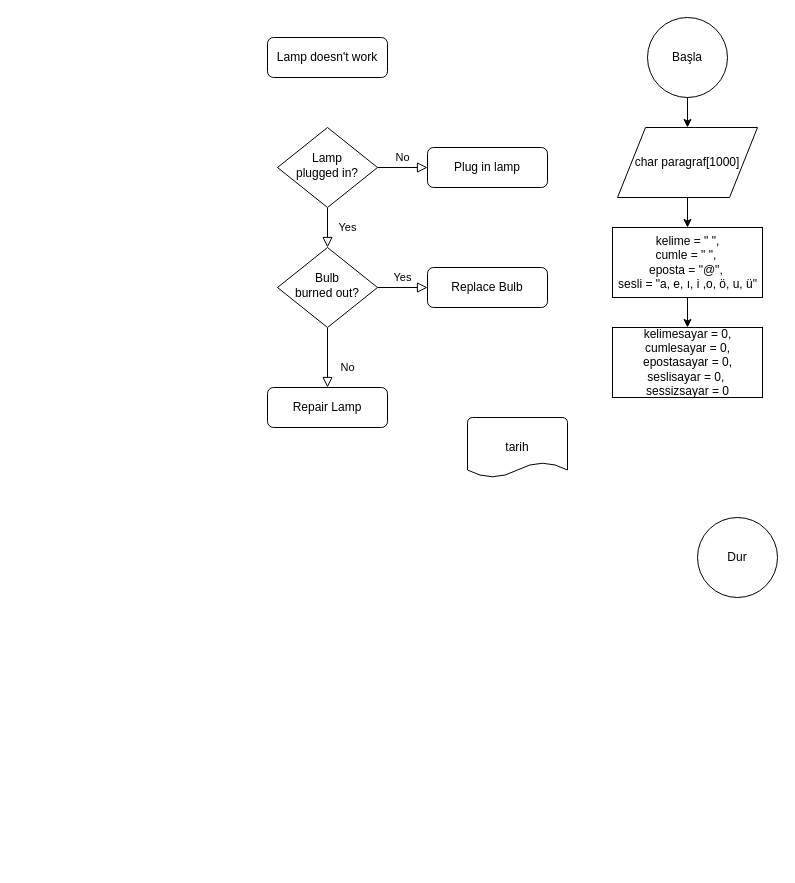
The draw.io diagram 15-12-2022_3.soru.drawio in smhcbr/flowcharts, before the edit. Source tidied: cells renumbered, new cells numbered last; positions are measured from the earlier drawing's top-left corner, leaving out a move shared by most shapes. Both pictures are drawn from the tidied source at 100%, with x=0, y=0 at pixel (267, 17).
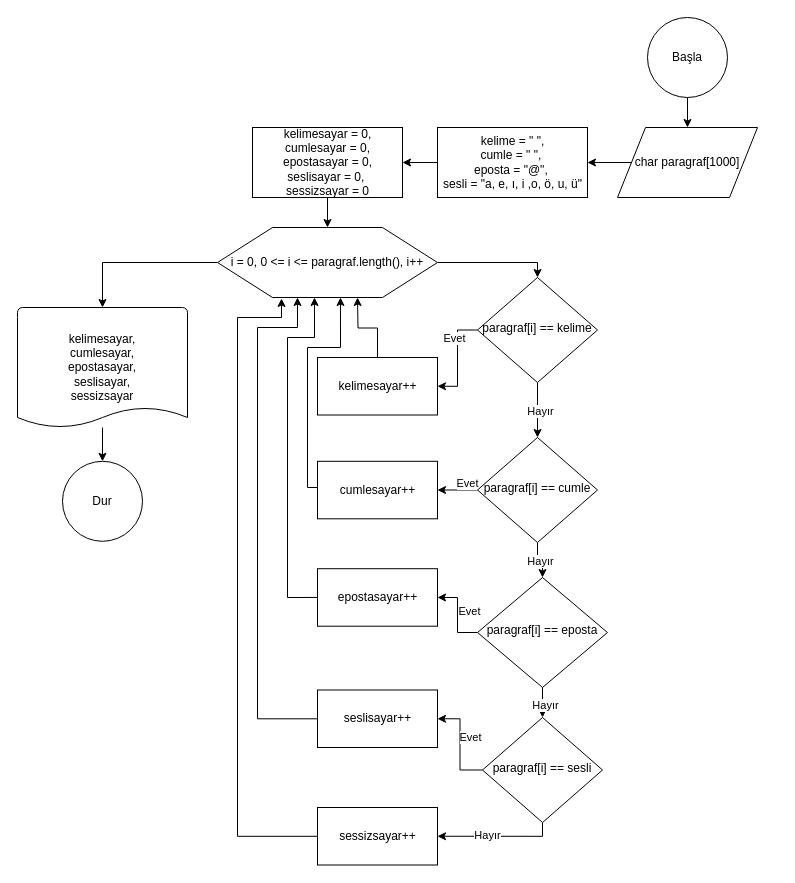
After the change.

Unchanged cells that the change refers to:
```xml
<mxCell id="17" value="char paragraf[1000]" style="shape=parallelogram;perimeter=parallelogramPerimeter;whiteSpace=wrap;html=1;dashed=0;strokeWidth=1;" parent="1" vertex="1">
  <mxGeometry x="350" y="110" width="140" height="70" as="geometry" />
</mxCell>
```

What changed in the source:
```diff
@@
-    <mxCell id="2" value="Lamp doesn't work" style="rounded=1;whiteSpace=wrap;html=1;fontSize=12;glass=0;strokeWidth=1;shadow=0;" parent="1" vertex="1">
-      <mxGeometry y="20" width="120" height="40" as="geometry" />
-    </mxCell>
-    <mxCell id="3" value="Yes" style="rounded=0;html=1;jettySize=auto;fontSize=11;endArrow=block;endFill=0;endSize=8;strokeWidth=1;shadow=0;labelBackgroundColor=none;edgeStyle=orthogonalEdgeStyle;" parent="1" edge="1" source="5" target="9">
-      <mxGeometry y="20" relative="1" as="geometry" />
-    </mxCell>
-    <mxCell id="4" value="No" style="edgeStyle=orthogonalEdgeStyle;rounded=0;html=1;jettySize=auto;fontSize=11;endArrow=block;endFill=0;endSize=8;strokeWidth=1;shadow=0;labelBackgroundColor=none;" parent="1" edge="1" source="5" target="6">
-      <mxGeometry y="10" relative="1" as="geometry" />
-    </mxCell>
+    <mxCell id="21" style="edgeStyle=orthogonalEdgeStyle;rounded=0;jettySize=auto;html=1;exitX=0;exitY=0.5;exitDx=0;exitDy=0;entryX=1;entryY=0.5;entryDx=0;entryDy=0;" parent="1" edge="1" source="5" target="34">
+      <mxGeometry relative="1" as="geometry" />
+    </mxCell>
+    <mxCell id="22" value="Evet" style="edgeLabel;html=1;align=center;verticalAlign=middle;" parent="21" vertex="1">
+      <mxGeometry x="-0.66" relative="1" as="geometry">
+        <mxPoint x="-8" y="8" as="offset" />
+      </mxGeometry>
+    </mxCell>
+    <mxCell id="23" value="Hayır" style="edgeStyle=orthogonalEdgeStyle;rounded=0;jettySize=auto;html=1;exitX=0.5;exitY=1;exitDx=0;exitDy=0;entryX=0.5;entryY=0;entryDx=0;entryDy=0;" parent="1" edge="1" source="5" target="32">
+      <mxGeometry y="3" relative="1" as="geometry">
+        <mxPoint y="1" as="offset" />
+      </mxGeometry>
+    </mxCell>
-    <mxCell id="5" value="Lamp&lt;br&gt;plugged in?" style="rhombus;whiteSpace=wrap;html=1;shadow=0;fontFamily=Helvetica;fontSize=12;align=center;strokeWidth=1;spacing=6;spacingTop=-4;" parent="1" vertex="1">
-      <mxGeometry x="10" y="110" width="100" height="80" as="geometry" />
+    <mxCell id="5" value="paragraf[i] == kelime" style="rhombus;whiteSpace=wrap;html=1;shadow=0;fontFamily=Helvetica;fontSize=12;align=center;strokeWidth=1;spacing=6;spacingTop=-4;" parent="1" vertex="1">
+      <mxGeometry x="210" y="260" width="120" height="105" as="geometry" />
     </mxCell>
-    <mxCell id="6" value="Plug in lamp" style="rounded=1;whiteSpace=wrap;html=1;fontSize=12;glass=0;strokeWidth=1;shadow=0;" parent="1" vertex="1">
-      <mxGeometry x="160" y="130" width="120" height="40" as="geometry" />
-    </mxCell>
-    <mxCell id="7" value="No" style="rounded=0;html=1;jettySize=auto;fontSize=11;endArrow=block;endFill=0;endSize=8;strokeWidth=1;shadow=0;labelBackgroundColor=none;edgeStyle=orthogonalEdgeStyle;" parent="1" edge="1" source="9" target="10">
-      <mxGeometry x="0.33" y="20" relative="1" as="geometry" />
-    </mxCell>
-    <mxCell id="8" value="Yes" style="edgeStyle=orthogonalEdgeStyle;rounded=0;html=1;jettySize=auto;fontSize=11;endArrow=block;endFill=0;endSize=8;strokeWidth=1;shadow=0;labelBackgroundColor=none;" parent="1" edge="1" source="9" target="11">
-      <mxGeometry y="10" relative="1" as="geometry" />
-    </mxCell>
-    <mxCell id="9" value="Bulb&lt;br&gt;burned out?" style="rhombus;whiteSpace=wrap;html=1;shadow=0;fontFamily=Helvetica;fontSize=12;align=center;strokeWidth=1;spacing=6;spacingTop=-4;" parent="1" vertex="1">
-      <mxGeometry x="10" y="230" width="100" height="80" as="geometry" />
-    </mxCell>
-    <mxCell id="10" value="Repair Lamp" style="rounded=1;whiteSpace=wrap;html=1;fontSize=12;glass=0;strokeWidth=1;shadow=0;" parent="1" vertex="1">
-      <mxGeometry y="370" width="120" height="40" as="geometry" />
-    </mxCell>
-    <mxCell id="11" value="Replace Bulb" style="rounded=1;whiteSpace=wrap;html=1;fontSize=12;glass=0;strokeWidth=1;shadow=0;" parent="1" vertex="1">
-      <mxGeometry x="160" y="250" width="120" height="40" as="geometry" />
-    </mxCell>
@@
     <mxCell id="14" value="Dur" style="strokeWidth=1;html=1;shape=mxgraph.flowchart.start_2;whiteSpace=wrap;strokeColor=default;" parent="1" vertex="1">
-      <mxGeometry x="430" y="500" width="80" height="80" as="geometry" />
+      <mxGeometry x="-205" y="443.8" width="80" height="80" as="geometry" />
     </mxCell>
+    <mxCell id="24" style="edgeStyle=orthogonalEdgeStyle;rounded=0;jettySize=auto;html=1;entryX=0.5;entryY=0;entryDx=0;entryDy=0;entryPerimeter=0;" parent="1" edge="1" source="15" target="14">
+      <mxGeometry relative="1" as="geometry" />
+    </mxCell>
-    <mxCell id="15" value="tarih" style="strokeWidth=1;html=1;shape=mxgraph.flowchart.document2;whiteSpace=wrap;size=0.25;" parent="1" vertex="1">
-      <mxGeometry x="200" y="400" width="100" height="60" as="geometry" />
+    <mxCell id="15" value="kelimesayar, &lt;br&gt;cumlesayar, &lt;br&gt;epostasayar,&lt;br&gt;&amp;nbsp;seslisayar,&amp;nbsp;&lt;br&gt;sessizsayar" style="strokeWidth=1;html=1;shape=mxgraph.flowchart.document2;whiteSpace=wrap;size=0.16666666666666666;" parent="1" vertex="1">
+      <mxGeometry x="-250" y="290" width="170" height="120" as="geometry" />
     </mxCell>
-    <mxCell id="16" style="edgeStyle=orthogonalEdgeStyle;rounded=0;jettySize=auto;html=1;entryX=0.5;entryY=0;entryDx=0;entryDy=0;" parent="1" edge="1" source="17" target="19">
+    <mxCell id="16" style="edgeStyle=orthogonalEdgeStyle;rounded=0;jettySize=auto;html=1;entryX=1;entryY=0.5;entryDx=0;entryDy=0;" parent="1" edge="1" source="17" target="19">
       <mxGeometry relative="1" as="geometry" />
     </mxCell>
@@
     <mxCell id="19" value="kelime = &quot; &quot;, &lt;br&gt;cumle = &quot; &quot;,&amp;nbsp;&lt;br&gt;eposta = &quot;@&quot;,&amp;nbsp;&lt;br&gt;sesli = &quot;a, e, ı, i ,o, ö, u, ü&quot;" style="html=1;dashed=0;whitespace=wrap;strokeWidth=1;" parent="1" vertex="1">
-      <mxGeometry x="345" y="210" width="150" height="70" as="geometry" />
+      <mxGeometry x="170" y="110" width="150" height="70" as="geometry" />
     </mxCell>
+    <mxCell id="25" style="edgeStyle=orthogonalEdgeStyle;rounded=0;jettySize=auto;html=1;entryX=0.5;entryY=0;entryDx=0;entryDy=0;" parent="1" edge="1" source="20" target="28">
+      <mxGeometry relative="1" as="geometry" />
+    </mxCell>
     <mxCell id="20" value="kelimesayar = 0,&lt;br&gt;cumlesayar = 0,&lt;br&gt;epostasayar = 0,&lt;br&gt;seslisayar = 0,&amp;nbsp;&lt;br&gt;sessizsayar = 0" style="html=1;dashed=0;whitespace=wrap;strokeWidth=1;" parent="1" vertex="1">
-      <mxGeometry x="345" y="310" width="150" height="70" as="geometry" />
+      <mxGeometry x="-15" y="110" width="150" height="70" as="geometry" />
     </mxCell>
+    <mxCell id="26" style="edgeStyle=orthogonalEdgeStyle;rounded=0;jettySize=auto;html=1;entryX=0.5;entryY=0;entryDx=0;entryDy=0;" parent="1" edge="1" source="28" target="5">
+      <mxGeometry relative="1" as="geometry">
+        <Array as="points">
+          <mxPoint x="270" y="245" />
+        </Array>
+      </mxGeometry>
+    </mxCell>
+    <mxCell id="27" style="edgeStyle=orthogonalEdgeStyle;rounded=0;jettySize=auto;html=1;exitX=0;exitY=0.5;exitDx=0;exitDy=0;entryX=0.5;entryY=0;entryDx=0;entryDy=0;entryPerimeter=0;" parent="1" edge="1" source="28" target="15">
+      <mxGeometry relative="1" as="geometry" />
+    </mxCell>
+    <mxCell id="28" value="i = 0, 0 &amp;lt;= i &amp;lt;= paragraf.length(), i++" style="shape=hexagon;perimeter=hexagonPerimeter2;whiteSpace=wrap;html=1;size=0.25;strokeWidth=1;" parent="1" vertex="1">
+      <mxGeometry x="-50" y="210" width="220" height="70" as="geometry" />
+    </mxCell>
+    <mxCell id="29" value="Evet" style="edgeStyle=orthogonalEdgeStyle;rounded=0;jettySize=auto;html=1;entryX=1;entryY=0.5;entryDx=0;entryDy=0;" parent="1" edge="1" source="32" target="36">
+      <mxGeometry x="-0.5" y="-7" relative="1" as="geometry" />
+    </mxCell>
+    <mxCell id="30" style="edgeStyle=orthogonalEdgeStyle;rounded=0;jettySize=auto;html=1;entryX=0.5;entryY=0;entryDx=0;entryDy=0;" parent="1" edge="1" source="32" target="39">
+      <mxGeometry relative="1" as="geometry" />
+    </mxCell>
+    <mxCell id="31" value="Hayır" style="edgeLabel;html=1;align=center;verticalAlign=middle;" parent="30" vertex="1">
+      <mxGeometry x="0.11" y="2" relative="1" as="geometry" />
+    </mxCell>
+    <mxCell id="32" value="paragraf[i] == cumle" style="rhombus;whiteSpace=wrap;html=1;shadow=0;fontFamily=Helvetica;fontSize=12;align=center;strokeWidth=1;spacing=6;spacingTop=-4;" parent="1" vertex="1">
+      <mxGeometry x="210" y="420" width="120" height="105" as="geometry" />
+    </mxCell>
+    <mxCell id="33" style="edgeStyle=orthogonalEdgeStyle;rounded=0;jettySize=auto;html=1;exitX=0.5;exitY=0;exitDx=0;exitDy=0;" parent="1" edge="1" source="34">
+      <mxGeometry relative="1" as="geometry">
+        <mxPoint x="90" y="280" as="targetPoint" />
+      </mxGeometry>
+    </mxCell>
+    <mxCell id="34" value="kelimesayar++" style="html=1;dashed=0;whitespace=wrap;strokeWidth=1;" parent="1" vertex="1">
+      <mxGeometry x="50" y="340" width="120" height="57.5" as="geometry" />
+    </mxCell>
+    <mxCell id="35" style="edgeStyle=orthogonalEdgeStyle;rounded=0;jettySize=auto;html=1;entryX=0.559;entryY=1;entryDx=0;entryDy=0;exitX=0;exitY=0.5;exitDx=0;exitDy=0;entryPerimeter=0;" parent="1" edge="1" source="36" target="28">
+      <mxGeometry relative="1" as="geometry">
+        <Array as="points">
+          <mxPoint x="50" y="470" />
+          <mxPoint x="40" y="470" />
+          <mxPoint x="40" y="330" />
+          <mxPoint x="73" y="330" />
+        </Array>
+      </mxGeometry>
+    </mxCell>
+    <mxCell id="36" value="cumlesayar++" style="html=1;dashed=0;whitespace=wrap;strokeWidth=1;" parent="1" vertex="1">
+      <mxGeometry x="50" y="443.8" width="120" height="57.5" as="geometry" />
+    </mxCell>
+    <mxCell id="37" style="edgeStyle=orthogonalEdgeStyle;rounded=0;jettySize=auto;html=1;exitX=0;exitY=0.5;exitDx=0;exitDy=0;entryX=1;entryY=0.5;entryDx=0;entryDy=0;" parent="1" edge="1" source="39" target="41">
+      <mxGeometry relative="1" as="geometry" />
+    </mxCell>
+    <mxCell id="38" value="Evet" style="edgeLabel;html=1;align=center;verticalAlign=middle;" parent="37" vertex="1">
+      <mxGeometry x="-0.53" y="2" relative="1" as="geometry">
+        <mxPoint x="9" y="-24" as="offset" />
+      </mxGeometry>
+    </mxCell>
+    <mxCell id="39" value="paragraf[i] == eposta" style="rhombus;whiteSpace=wrap;html=1;shadow=0;fontFamily=Helvetica;fontSize=12;align=center;strokeWidth=1;spacing=6;spacingTop=-4;" parent="1" vertex="1">
+      <mxGeometry x="210" y="560" width="130" height="110" as="geometry" />
+    </mxCell>
+    <mxCell id="40" style="edgeStyle=orthogonalEdgeStyle;rounded=0;jettySize=auto;html=1;entryX=0.441;entryY=1;entryDx=0;entryDy=0;exitX=0;exitY=0.5;exitDx=0;exitDy=0;entryPerimeter=0;" parent="1" edge="1" source="41" target="28">
+      <mxGeometry relative="1" as="geometry">
+        <Array as="points">
+          <mxPoint x="20" y="580" />
+          <mxPoint x="20" y="320" />
+          <mxPoint x="47" y="320" />
+        </Array>
+      </mxGeometry>
+    </mxCell>
+    <mxCell id="41" value="epostasayar++" style="html=1;dashed=0;whitespace=wrap;strokeWidth=1;" parent="1" vertex="1">
+      <mxGeometry x="50" y="551.2" width="120" height="57.5" as="geometry" />
+    </mxCell>
+    <mxCell id="42" style="edgeStyle=orthogonalEdgeStyle;rounded=0;jettySize=auto;html=1;entryX=0.5;entryY=0;entryDx=0;entryDy=0;exitX=0.5;exitY=1;exitDx=0;exitDy=0;" parent="1" edge="1" source="39" target="47">
+      <mxGeometry relative="1" as="geometry" />
+    </mxCell>
+    <mxCell id="43" value="Hayır" style="edgeLabel;html=1;align=center;verticalAlign=middle;" parent="42" vertex="1">
+      <mxGeometry x="0.11" y="2" relative="1" as="geometry" />
+    </mxCell>
+    <mxCell id="44" value="Evet" style="edgeStyle=orthogonalEdgeStyle;rounded=0;jettySize=auto;html=1;entryX=1;entryY=0.5;entryDx=0;entryDy=0;" parent="1" edge="1" source="47" target="49">
+      <mxGeometry x="0.15" y="-10" relative="1" as="geometry" />
+    </mxCell>
+    <mxCell id="45" style="edgeStyle=orthogonalEdgeStyle;rounded=0;jettySize=auto;html=1;exitX=0.5;exitY=1;exitDx=0;exitDy=0;entryX=1;entryY=0.5;entryDx=0;entryDy=0;" parent="1" edge="1" source="47" target="51">
+      <mxGeometry relative="1" as="geometry">
+        <Array as="points">
+          <mxPoint x="275" y="819" />
+        </Array>
+      </mxGeometry>
+    </mxCell>
+    <mxCell id="46" value="Hayır" style="edgeLabel;html=1;align=center;verticalAlign=middle;" parent="45" vertex="1">
+      <mxGeometry x="0.17" y="-1" relative="1" as="geometry" />
+    </mxCell>
+    <mxCell id="47" value="paragraf[i] == sesli" style="rhombus;whiteSpace=wrap;html=1;shadow=0;fontFamily=Helvetica;fontSize=12;align=center;strokeWidth=1;spacing=6;spacingTop=-4;" parent="1" vertex="1">
+      <mxGeometry x="215" y="700" width="120" height="105" as="geometry" />
+    </mxCell>
+    <mxCell id="48" style="edgeStyle=orthogonalEdgeStyle;rounded=0;jettySize=auto;html=1;" parent="1" edge="1" source="49">
+      <mxGeometry relative="1" as="geometry">
+        <mxPoint x="30" y="280" as="targetPoint" />
+        <Array as="points">
+          <mxPoint x="-10" y="701" />
+          <mxPoint x="-10" y="310" />
+          <mxPoint x="30" y="310" />
+        </Array>
+      </mxGeometry>
+    </mxCell>
+    <mxCell id="49" value="seslisayar++" style="html=1;dashed=0;whitespace=wrap;strokeWidth=1;" parent="1" vertex="1">
+      <mxGeometry x="50" y="672.5" width="120" height="57.5" as="geometry" />
+    </mxCell>
+    <mxCell id="50" style="edgeStyle=orthogonalEdgeStyle;rounded=0;jettySize=auto;html=1;entryX=0.291;entryY=1.014;entryDx=0;entryDy=0;entryPerimeter=0;" parent="1" edge="1" source="51" target="28">
+      <mxGeometry relative="1" as="geometry">
+        <Array as="points">
+          <mxPoint x="-30" y="819" />
+          <mxPoint x="-30" y="300" />
+          <mxPoint x="14" y="300" />
+        </Array>
+      </mxGeometry>
+    </mxCell>
+    <mxCell id="51" value="sessizsayar++" style="html=1;dashed=0;whitespace=wrap;strokeWidth=1;" parent="1" vertex="1">
+      <mxGeometry x="50" y="790" width="120" height="57.5" as="geometry" />
+    </mxCell>
```
